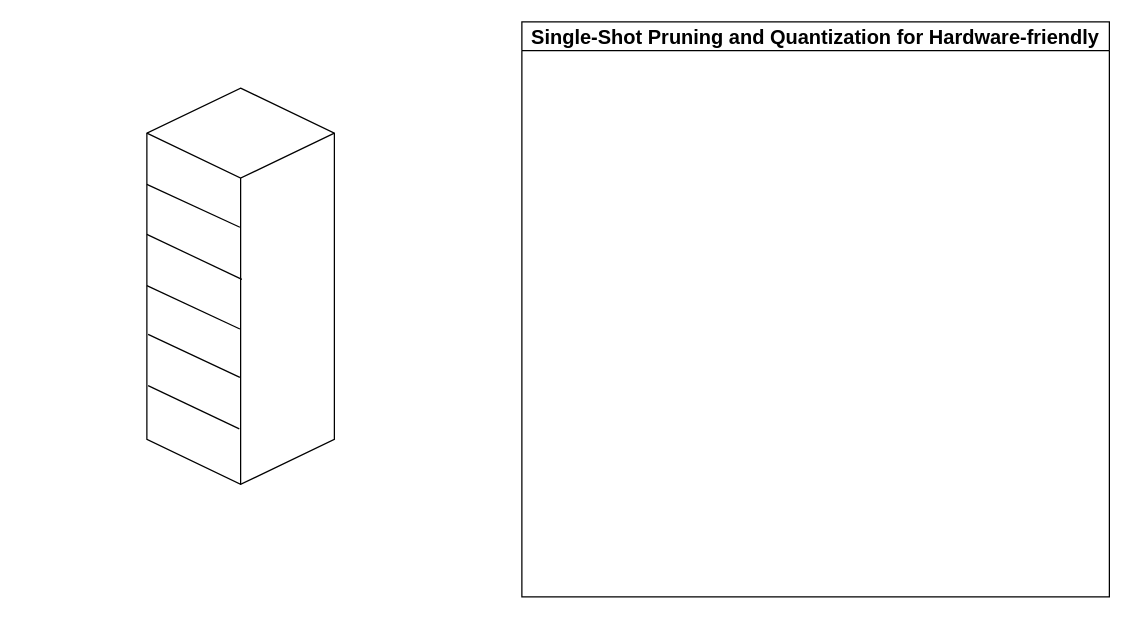
The draw.io diagram graphic_abstract.drawio in JIANGBOFENG/MY_GIT_Repo, before the edit. Source tidied: cells renumbered, new cells numbered last; positions are measured from the earlier drawing's top-left corner, leaving out a move shared by most shapes. Both pictures are drawn from the tidied source at 125%, with x=0, y=0 at pixel (146, 21).
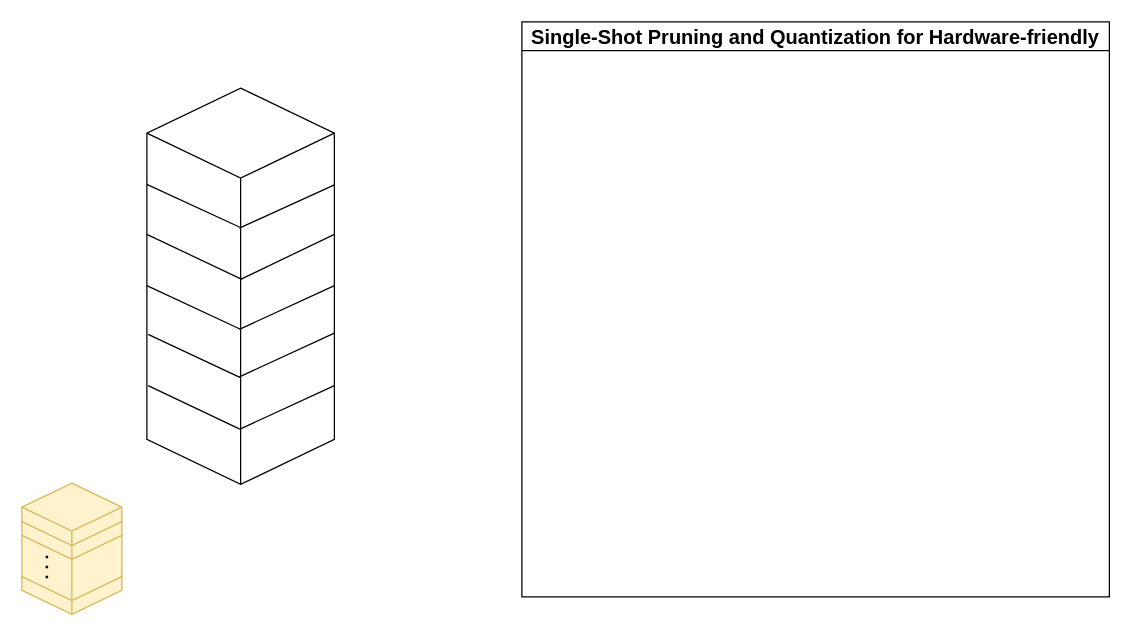
Above is the later version.

The edit, as a diff of the source:
```diff
@@
+    <mxCell id="9" style="group;" parent="1" vertex="1">
+      <mxGeometry y="53" width="150" height="317" as="geometry" />
+    </mxCell>
+    <mxCell id="10" style="group;textOpacity=10;" parent="9" vertex="1">
+      <mxGeometry width="150" height="317" as="geometry" />
+    </mxCell>
-    <mxCell id="3" style="html=1;whiteSpace=wrap;shape=isoCube2;backgroundOutline=1;isoAngle=15;" parent="1" vertex="1">
-      <mxGeometry y="53" width="150" height="317" as="geometry" />
+    <mxCell id="3" style="html=1;whiteSpace=wrap;shape=isoCube2;backgroundOutline=1;isoAngle=15;" parent="10" vertex="1">
+      <mxGeometry width="150" height="317" as="geometry" />
     </mxCell>
-    <mxCell id="4" style="endArrow=none;html=1;rounded=0;entryX=0.496;entryY=0.351;entryDx=0;entryDy=0;entryPerimeter=0;" parent="1" edge="1" target="3">
+    <mxCell id="4" style="endArrow=none;html=1;rounded=0;entryX=0.496;entryY=0.351;entryDx=0;entryDy=0;entryPerimeter=0;" parent="10" edge="1" target="3">
       <mxGeometry relative="1" as="geometry">
-        <mxPoint y="130" as="sourcePoint" />
+        <mxPoint y="77" as="sourcePoint" />
       </mxGeometry>
     </mxCell>
-    <mxCell id="5" style="endArrow=none;html=1;rounded=0;entryX=0.507;entryY=0.355;entryDx=0;entryDy=0;entryPerimeter=0;" parent="1" edge="1">
+    <mxCell id="5" style="endArrow=none;html=1;rounded=0;entryX=0.507;entryY=0.355;entryDx=0;entryDy=0;entryPerimeter=0;" parent="10" edge="1">
       <mxGeometry relative="1" as="geometry">
-        <mxPoint y="170" as="sourcePoint" />
-        <mxPoint x="76" y="206" as="targetPoint" />
+        <mxPoint y="117" as="sourcePoint" />
+        <mxPoint x="76" y="153" as="targetPoint" />
       </mxGeometry>
     </mxCell>
-    <mxCell id="6" style="endArrow=none;html=1;rounded=0;entryX=0.496;entryY=0.608;entryDx=0;entryDy=0;entryPerimeter=0;" parent="1" edge="1" target="3">
+    <mxCell id="6" style="endArrow=none;html=1;rounded=0;entryX=0.496;entryY=0.608;entryDx=0;entryDy=0;entryPerimeter=0;" parent="10" edge="1" target="3">
       <mxGeometry relative="1" as="geometry">
-        <mxPoint y="211" as="sourcePoint" />
+        <mxPoint y="158" as="sourcePoint" />
       </mxGeometry>
     </mxCell>
-    <mxCell id="7" style="endArrow=none;html=1;rounded=0;entryX=0.496;entryY=0.73;entryDx=0;entryDy=0;entryPerimeter=0;" parent="1" edge="1" target="3">
+    <mxCell id="7" style="endArrow=none;html=1;rounded=0;entryX=0.496;entryY=0.73;entryDx=0;entryDy=0;entryPerimeter=0;" parent="10" edge="1" target="3">
       <mxGeometry relative="1" as="geometry">
-        <mxPoint x="1" y="250" as="sourcePoint" />
+        <mxPoint x="1" y="197" as="sourcePoint" />
       </mxGeometry>
     </mxCell>
-    <mxCell id="8" style="endArrow=none;html=1;rounded=0;entryX=0.493;entryY=0.86;entryDx=0;entryDy=0;entryPerimeter=0;" parent="1" edge="1" target="3">
+    <mxCell id="8" style="endArrow=none;html=1;rounded=0;entryX=0.493;entryY=0.86;entryDx=0;entryDy=0;entryPerimeter=0;" parent="10" edge="1" target="3">
       <mxGeometry relative="1" as="geometry">
-        <mxPoint x="1" y="291" as="sourcePoint" />
+        <mxPoint x="1" y="238" as="sourcePoint" />
       </mxGeometry>
     </mxCell>
+    <mxCell id="11" style="endArrow=none;html=1;rounded=0;entryX=1;entryY=0.244;entryDx=0;entryDy=0;entryPerimeter=0;" parent="10" edge="1" target="3">
+      <mxGeometry relative="1" as="geometry">
+        <mxPoint x="74" y="112" as="sourcePoint" />
+      </mxGeometry>
+    </mxCell>
+    <mxCell id="12" style="endArrow=none;html=1;rounded=0;" parent="9" edge="1">
+      <mxGeometry relative="1" as="geometry">
+        <mxPoint x="75" y="153" as="sourcePoint" />
+        <mxPoint x="150" y="117" as="targetPoint" />
+      </mxGeometry>
+    </mxCell>
+    <mxCell id="13" style="endArrow=none;html=1;rounded=0;entryX=1;entryY=0.244;entryDx=0;entryDy=0;entryPerimeter=0;" parent="9" edge="1">
+      <mxGeometry relative="1" as="geometry">
+        <mxPoint x="74" y="193" as="sourcePoint" />
+        <mxPoint x="150" y="158" as="targetPoint" />
+      </mxGeometry>
+    </mxCell>
+    <mxCell id="14" style="endArrow=none;html=1;rounded=0;entryX=1;entryY=0.244;entryDx=0;entryDy=0;entryPerimeter=0;" parent="9" edge="1">
+      <mxGeometry relative="1" as="geometry">
+        <mxPoint x="74" y="231" as="sourcePoint" />
+        <mxPoint x="150" y="196" as="targetPoint" />
+      </mxGeometry>
+    </mxCell>
+    <mxCell id="15" style="endArrow=none;html=1;rounded=0;entryX=1;entryY=0.244;entryDx=0;entryDy=0;entryPerimeter=0;" parent="9" edge="1">
+      <mxGeometry relative="1" as="geometry">
+        <mxPoint x="74" y="273" as="sourcePoint" />
+        <mxPoint x="150" y="238" as="targetPoint" />
+      </mxGeometry>
+    </mxCell>
+    <mxCell id="16" style="html=1;shape=mxgraph.basic.isocube;isoAngle=15;fillColor=#fff2cc;strokeColor=#d6b656;" parent="1" vertex="1">
+      <mxGeometry x="-100" y="424" width="80" height="50" as="geometry" />
+    </mxCell>
+    <mxCell id="17" style="html=1;shape=mxgraph.basic.isocube;isoAngle=15;fillColor=#fff2cc;strokeColor=#d6b656;" parent="1" vertex="1">
+      <mxGeometry x="-100" y="391" width="80" height="72" as="geometry" />
+    </mxCell>
+    <mxCell id="18" style="html=1;shape=mxgraph.basic.isocube;isoAngle=15;fillColor=#fff2cc;strokeColor=#d6b656;" parent="1" vertex="1">
+      <mxGeometry x="-100" y="380" width="80" height="50" as="geometry" />
+    </mxCell>
+    <mxCell id="19" style="html=1;shape=mxgraph.basic.isocube;isoAngle=15;fillColor=#fff2cc;strokeColor=#d6b656;" parent="1" vertex="1">
+      <mxGeometry x="-100" y="369" width="80" height="50" as="geometry" />
+    </mxCell>
+    <mxCell id="20" style="endArrow=none;dashed=1;html=1;dashPattern=1 3;strokeWidth=2;rounded=0;fillColor=#fff2cc;strokeColor=#000000;" parent="1" edge="1">
+      <mxGeometry relative="1" as="geometry">
+        <mxPoint x="-80" y="445" as="sourcePoint" />
+        <mxPoint x="-80" y="425" as="targetPoint" />
+      </mxGeometry>
+    </mxCell>
```
